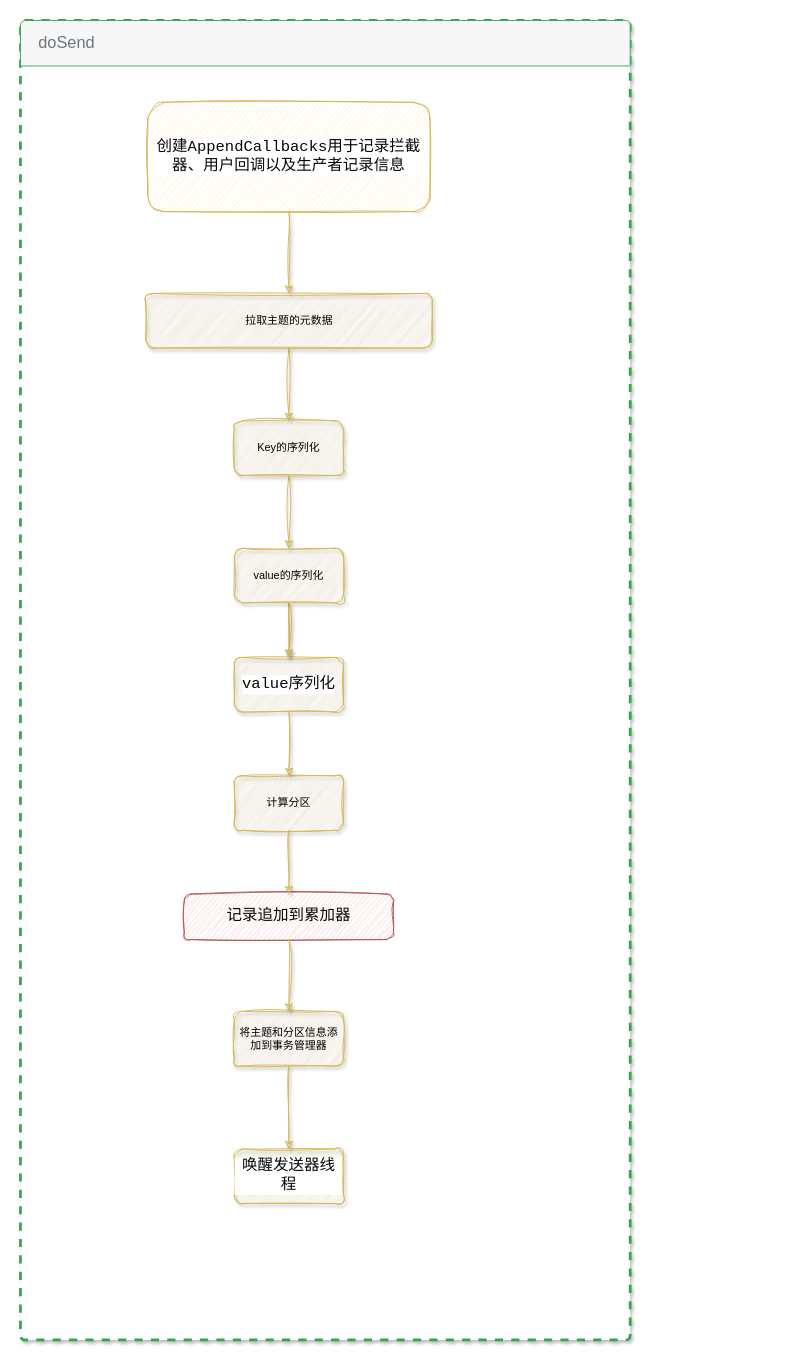
Above: page "KafkaProducer流程图" (3 of 6) of 07.mq/kafka/image/生产者流程.drawio in bee06/note (draw.io), before the change. Source tidied: cells renumbered, new cells numbered last; positions are measured from the earlier drawing's top-left corner, leaving out a move shared by most shapes. Both pictures are drawn from the tidied source at 91%, with x=0, y=0 at pixel (20, 20).
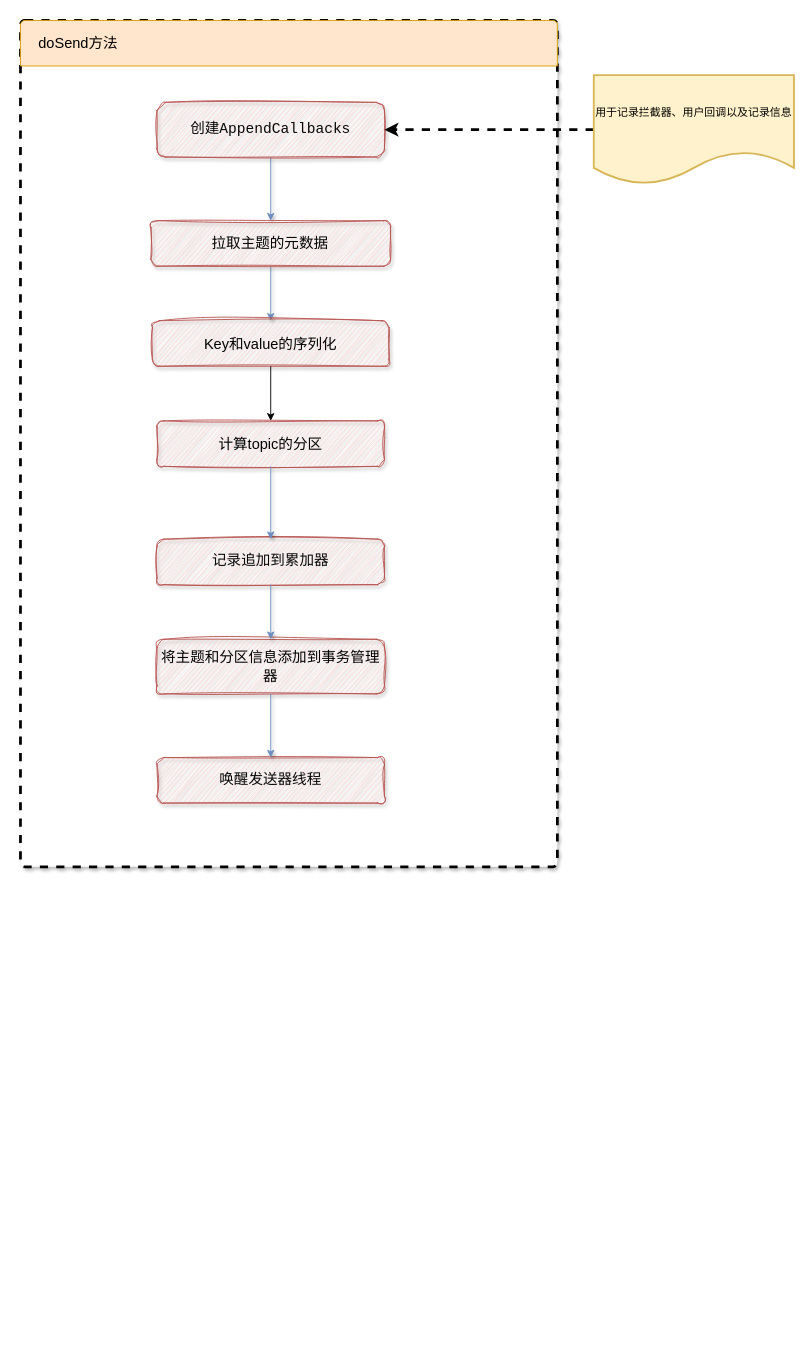
The same diagram, later.

Diff of the diagram source:
```diff
@@
-    <mxCell id="2" style="html=1;shadow=1;dashed=1;shape=mxgraph.bootstrap.rrect;rSize=5;strokeColor=#33A64C;html=1;whiteSpace=wrap;fillColor=#ffffff;fontColor=#33A64C;verticalAlign=bottom;align=left;spacing=20;spacingBottom=0;fontSize=14;strokeWidth=3;" parent="1" vertex="1">
-      <mxGeometry width="670" height="1450" as="geometry" />
+    <mxCell id="2" style="html=1;shadow=1;dashed=1;shape=mxgraph.bootstrap.rrect;rSize=5;html=1;whiteSpace=wrap;verticalAlign=bottom;align=left;spacing=20;spacingBottom=0;fontSize=16;strokeWidth=3;" parent="1" vertex="1">
+      <mxGeometry width="590" height="930" as="geometry" />
     </mxCell>
+    <mxCell id="13" style="edgeStyle=orthogonalEdgeStyle;rounded=0;jettySize=auto;html=1;shadow=1;fillColor=#dae8fc;strokeColor=#6c8ebf;fontSize=16;" parent="1" edge="1" source="14" target="16">
+      <mxGeometry relative="1" as="geometry" />
+    </mxCell>
+    <mxCell id="14" value="&lt;div style=&quot;color: rgb(8, 8, 8); font-family: &amp;quot;JetBrains Mono&amp;quot;, monospace; font-size: 16px;&quot;&gt;创建AppendCallbacks&lt;/div&gt;" style="rounded=1;whiteSpace=wrap;html=1;shadow=1;fillColor=#f8cecc;strokeColor=#b85450;labelBackgroundColor=none;fontSize=16;sketch=1;curveFitting=1;jiggle=2;" parent="1" vertex="1">
+      <mxGeometry x="150" y="90" width="250" height="60" as="geometry" />
+    </mxCell>
+    <mxCell id="15" style="edgeStyle=orthogonalEdgeStyle;rounded=0;jettySize=auto;html=1;shadow=1;fillColor=#dae8fc;strokeColor=#6c8ebf;fontSize=16;" parent="1" edge="1" source="16" target="18">
+      <mxGeometry relative="1" as="geometry" />
+    </mxCell>
+    <mxCell id="16" value="拉取主题的元数据" style="whiteSpace=wrap;html=1;rounded=1;shadow=1;fillColor=#f8cecc;strokeColor=#b85450;fontSize=16;sketch=1;curveFitting=1;jiggle=2;" parent="1" vertex="1">
+      <mxGeometry x="143.3" y="220" width="263.4" height="50" as="geometry" />
+    </mxCell>
+    <mxCell id="18" value="Key和value的序列化" style="whiteSpace=wrap;html=1;rounded=1;shadow=1;fillColor=#f8cecc;strokeColor=#b85450;fontSize=16;sketch=1;curveFitting=1;jiggle=2;" parent="1" vertex="1">
+      <mxGeometry x="145" y="330" width="260" height="50" as="geometry" />
+    </mxCell>
-    <mxCell id="3" value="doSend" style="html=1;shadow=0;dashed=0;shape=mxgraph.bootstrap.topButton;rSize=5;perimeter=none;whiteSpace=wrap;fillColor=#F7F7F7;strokeColor=#33A64C;fontColor=#6C767D;fontSize=18;align=left;spacing=20;" parent="2" vertex="1">
-      <mxGeometry width="670" height="50" relative="1" as="geometry" />
+    <mxCell id="3" value="doSend方法" style="html=1;shadow=0;dashed=0;shape=mxgraph.bootstrap.topButton;rSize=5;perimeter=none;whiteSpace=wrap;fillColor=#ffe6cc;strokeColor=#d79b00;fontSize=16;align=left;spacing=20;" parent="1" vertex="1">
+      <mxGeometry width="590" height="50" as="geometry" />
     </mxCell>
-    <mxCell id="4" value="&lt;div style=&quot;background-color: rgb(255, 255, 255); color: rgb(8, 8, 8); font-family: Menlo-Regular, monospace; font-size: 12.8pt;&quot;&gt;value序列化&lt;/div&gt;" style="whiteSpace=wrap;html=1;rounded=1;sketch=1;curveFitting=1;jiggle=2;shadow=1;fillColor=#fff2cc;strokeColor=#d6b656;" parent="2" vertex="1">
-      <mxGeometry x="235" y="700" width="120" height="60" as="geometry" />
-    </mxCell>
-    <mxCell id="5" value="计算分区" style="whiteSpace=wrap;html=1;rounded=1;sketch=1;curveFitting=1;jiggle=2;shadow=1;fillColor=#fff2cc;strokeColor=#d6b656;" parent="2" vertex="1">
-      <mxGeometry x="235" y="830" width="120" height="60" as="geometry" />
+    <mxCell id="5" value="计算topic的分区" style="whiteSpace=wrap;html=1;rounded=1;shadow=1;fillColor=#f8cecc;strokeColor=#b85450;fontSize=16;sketch=1;curveFitting=1;jiggle=2;" parent="1" vertex="1">
+      <mxGeometry x="150" y="440" width="250" height="50" as="geometry" />
     </mxCell>
-    <mxCell id="6" style="edgeStyle=orthogonalEdgeStyle;rounded=0;jettySize=auto;html=1;sketch=1;curveFitting=1;jiggle=2;shadow=1;fillColor=#fff2cc;strokeColor=#d6b656;" parent="2" edge="1" source="4" target="5">
-      <mxGeometry relative="1" as="geometry" />
-    </mxCell>
-    <mxCell id="7" value="&lt;div style=&quot;color: rgb(8, 8, 8); font-family: Menlo-Regular, monospace; font-size: 12.8pt;&quot;&gt;记录追加到累加器&lt;/div&gt;" style="whiteSpace=wrap;html=1;rounded=1;sketch=1;curveFitting=1;jiggle=2;shadow=0;fillColor=#f8cecc;strokeColor=#b85450;labelBackgroundColor=none;" parent="2" vertex="1">
-      <mxGeometry x="180" y="960" width="230" height="50" as="geometry" />
+    <mxCell id="7" value="&lt;div style=&quot;color: rgb(8, 8, 8); font-family: Menlo-Regular, monospace; font-size: 16px;&quot;&gt;记录追加到累加器&lt;/div&gt;" style="whiteSpace=wrap;html=1;rounded=1;shadow=1;fillColor=#f8cecc;strokeColor=#b85450;labelBackgroundColor=none;fontSize=16;sketch=1;curveFitting=1;jiggle=2;" parent="1" vertex="1">
+      <mxGeometry x="150" y="570" width="250" height="50" as="geometry" />
     </mxCell>
-    <mxCell id="8" style="edgeStyle=orthogonalEdgeStyle;rounded=0;jettySize=auto;html=1;sketch=1;curveFitting=1;jiggle=2;shadow=1;fillColor=#fff2cc;strokeColor=#d6b656;" parent="2" edge="1" source="5" target="7">
+    <mxCell id="8" style="edgeStyle=orthogonalEdgeStyle;rounded=0;jettySize=auto;html=1;shadow=1;fillColor=#dae8fc;strokeColor=#6c8ebf;fontSize=16;" parent="1" edge="1" source="5" target="7">
       <mxGeometry relative="1" as="geometry" />
     </mxCell>
-    <mxCell id="9" value="将主题和分区信息添加到事务管理器" style="whiteSpace=wrap;html=1;rounded=1;sketch=1;curveFitting=1;jiggle=2;shadow=1;fillColor=#fff2cc;strokeColor=#d6b656;" parent="2" vertex="1">
-      <mxGeometry x="235" y="1089" width="120" height="60" as="geometry" />
+    <mxCell id="9" value="将主题和分区信息添加到事务管理器" style="whiteSpace=wrap;html=1;rounded=1;shadow=1;fillColor=#f8cecc;strokeColor=#b85450;fontSize=16;sketch=1;curveFitting=1;jiggle=2;" parent="1" vertex="1">
+      <mxGeometry x="150" y="680" width="250" height="60" as="geometry" />
     </mxCell>
-    <mxCell id="10" style="edgeStyle=orthogonalEdgeStyle;rounded=0;jettySize=auto;html=1;sketch=1;curveFitting=1;jiggle=2;shadow=1;fillColor=#fff2cc;strokeColor=#d6b656;" parent="2" edge="1" source="7" target="9">
+    <mxCell id="10" style="edgeStyle=orthogonalEdgeStyle;rounded=0;jettySize=auto;html=1;shadow=1;fillColor=#dae8fc;strokeColor=#6c8ebf;fontSize=16;" parent="1" edge="1" source="7" target="9">
       <mxGeometry relative="1" as="geometry" />
     </mxCell>
-    <mxCell id="11" value="&lt;div style=&quot;background-color: rgb(255, 255, 255); color: rgb(8, 8, 8); font-family: Menlo-Regular, monospace; font-size: 12.8pt;&quot;&gt;唤醒发送器线程&lt;/div&gt;" style="whiteSpace=wrap;html=1;rounded=1;sketch=1;curveFitting=1;jiggle=2;shadow=1;fillColor=#fff2cc;strokeColor=#d6b656;" parent="2" vertex="1">
-      <mxGeometry x="235" y="1240" width="120" height="60" as="geometry" />
+    <mxCell id="11" value="&lt;div style=&quot;color: rgb(8, 8, 8); font-family: Menlo-Regular, monospace; font-size: 16px;&quot;&gt;唤醒发送器线程&lt;/div&gt;" style="whiteSpace=wrap;html=1;rounded=1;shadow=1;fillColor=#f8cecc;strokeColor=#b85450;labelBackgroundColor=none;fontSize=16;sketch=1;curveFitting=1;jiggle=2;" parent="1" vertex="1">
+      <mxGeometry x="150" y="810" width="250" height="50" as="geometry" />
     </mxCell>
-    <mxCell id="12" style="edgeStyle=orthogonalEdgeStyle;rounded=0;jettySize=auto;html=1;sketch=1;curveFitting=1;jiggle=2;shadow=1;fillColor=#fff2cc;strokeColor=#d6b656;" parent="2" edge="1" source="9" target="11">
+    <mxCell id="12" style="edgeStyle=orthogonalEdgeStyle;rounded=0;jettySize=auto;html=1;shadow=1;fillColor=#dae8fc;strokeColor=#6c8ebf;fontSize=16;" parent="1" edge="1" source="9" target="11">
       <mxGeometry relative="1" as="geometry" />
     </mxCell>
-    <mxCell id="13" style="edgeStyle=orthogonalEdgeStyle;rounded=0;jettySize=auto;html=1;sketch=1;curveFitting=1;jiggle=2;shadow=1;fillColor=#fff2cc;strokeColor=#d6b656;" parent="1" edge="1" source="14" target="16">
-      <mxGeometry relative="1" as="geometry" />
-    </mxCell>
-    <mxCell id="14" value="&lt;div style=&quot;background-color: rgb(255, 255, 255); color: rgb(8, 8, 8); font-family: &amp;quot;JetBrains Mono&amp;quot;, monospace; font-size: 12.8pt;&quot;&gt;创建AppendCallbacks用于记录拦截器、用户回调以及生产者记录信息&lt;/div&gt;" style="rounded=1;whiteSpace=wrap;html=1;sketch=1;curveFitting=1;jiggle=2;shadow=0;fillColor=#fff2cc;strokeColor=#d6b656;" parent="1" vertex="1">
-      <mxGeometry x="140" y="90" width="310" height="120" as="geometry" />
-    </mxCell>
-    <mxCell id="15" style="edgeStyle=orthogonalEdgeStyle;rounded=0;jettySize=auto;html=1;sketch=1;curveFitting=1;jiggle=2;shadow=1;fillColor=#fff2cc;strokeColor=#d6b656;" parent="1" edge="1" source="16" target="18">
-      <mxGeometry relative="1" as="geometry" />
-    </mxCell>
-    <mxCell id="16" value="拉取主题的元数据" style="whiteSpace=wrap;html=1;rounded=1;sketch=1;curveFitting=1;jiggle=2;shadow=1;fillColor=#fff2cc;strokeColor=#d6b656;" parent="1" vertex="1">
-      <mxGeometry x="137.5" y="300" width="315" height="60" as="geometry" />
-    </mxCell>
-    <mxCell id="17" style="edgeStyle=orthogonalEdgeStyle;rounded=0;jettySize=auto;html=1;sketch=1;curveFitting=1;jiggle=2;shadow=1;fillColor=#fff2cc;strokeColor=#d6b656;" parent="1" edge="1" source="18" target="21">
-      <mxGeometry relative="1" as="geometry" />
-    </mxCell>
-    <mxCell id="18" value="Key的序列化" style="whiteSpace=wrap;html=1;rounded=1;sketch=1;curveFitting=1;jiggle=2;shadow=1;fillColor=#fff2cc;strokeColor=#d6b656;" parent="1" vertex="1">
-      <mxGeometry x="235" y="440" width="120" height="60" as="geometry" />
-    </mxCell>
-    <mxCell id="19" style="edgeStyle=orthogonalEdgeStyle;rounded=0;jettySize=auto;html=1;sketch=1;curveFitting=1;jiggle=2;shadow=1;fillColor=#fff2cc;strokeColor=#d6b656;" parent="1" edge="1" source="21" target="4">
-      <mxGeometry relative="1" as="geometry" />
-    </mxCell>
-    <mxCell id="20" style="edgeStyle=orthogonalEdgeStyle;rounded=0;jettySize=auto;html=1;sketch=1;curveFitting=1;jiggle=2;shadow=1;fillColor=#fff2cc;strokeColor=#d6b656;" parent="1" edge="1" source="21" target="4">
-      <mxGeometry relative="1" as="geometry" />
-    </mxCell>
-    <mxCell id="21" value="value的序列化" style="whiteSpace=wrap;html=1;rounded=1;sketch=1;curveFitting=1;jiggle=2;shadow=1;fillColor=#fff2cc;strokeColor=#d6b656;" parent="1" vertex="1">
-      <mxGeometry x="235" y="580" width="120" height="60" as="geometry" />
-    </mxCell>
+    <mxCell id="22" style="edgeStyle=orthogonalEdgeStyle;rounded=0;jettySize=auto;html=1;fontSize=16;exitX=0.5;exitY=1;exitDx=0;exitDy=0;" parent="1" edge="1" source="18" target="5">
+      <mxGeometry relative="1" as="geometry" />
+    </mxCell>
+    <mxCell id="23" style="edgeStyle=orthogonalEdgeStyle;rounded=0;jettySize=auto;html=1;entryX=1;entryY=0.5;entryDx=0;entryDy=0;dashed=1;strokeWidth=3;" parent="1" edge="1" source="24" target="14">
+      <mxGeometry relative="1" as="geometry" />
+    </mxCell>
+    <mxCell id="24" value="用于记录拦截器、用户回调以及记录信息" style="shape=document;whiteSpace=wrap;html=1;boundedLbl=1;fillColor=#fff2cc;strokeColor=#d6b656;strokeWidth=2;" parent="1" vertex="1">
+      <mxGeometry x="630" y="60" width="220" height="120" as="geometry" />
+    </mxCell>
```
